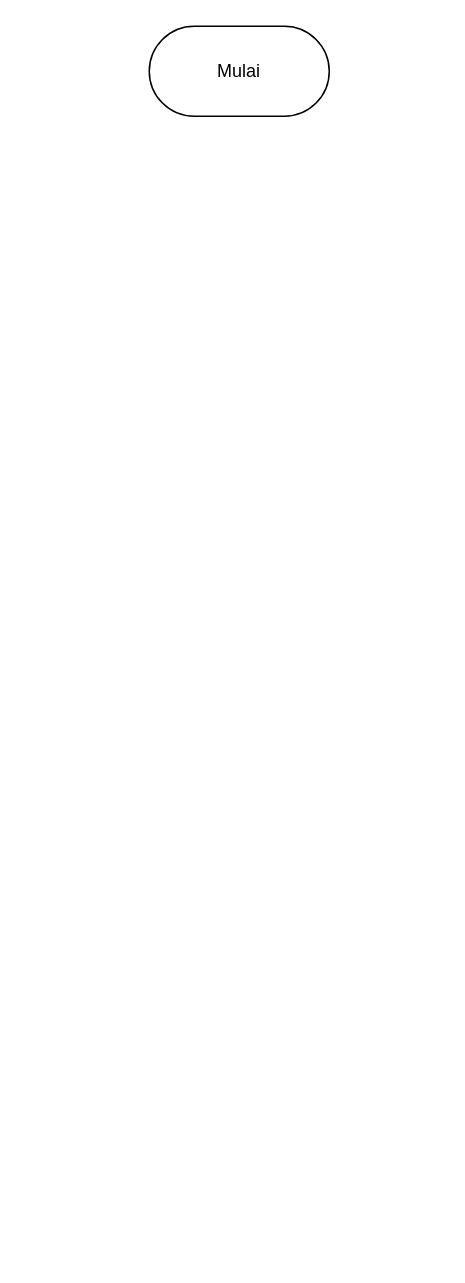
This is page "fc-BTD" (1 of 2) of sisfo-rt.drawio from Fakhrezy/sistem-atk-paljaya, a draw.io file, before an edit. Source tidied: cells renumbered, new cells numbered last; positions are measured from the earlier drawing's top-left corner, leaving out a move shared by most shapes. Both pictures are drawn from the tidied source at 150%, with x=0, y=0 at pixel (148, 26).
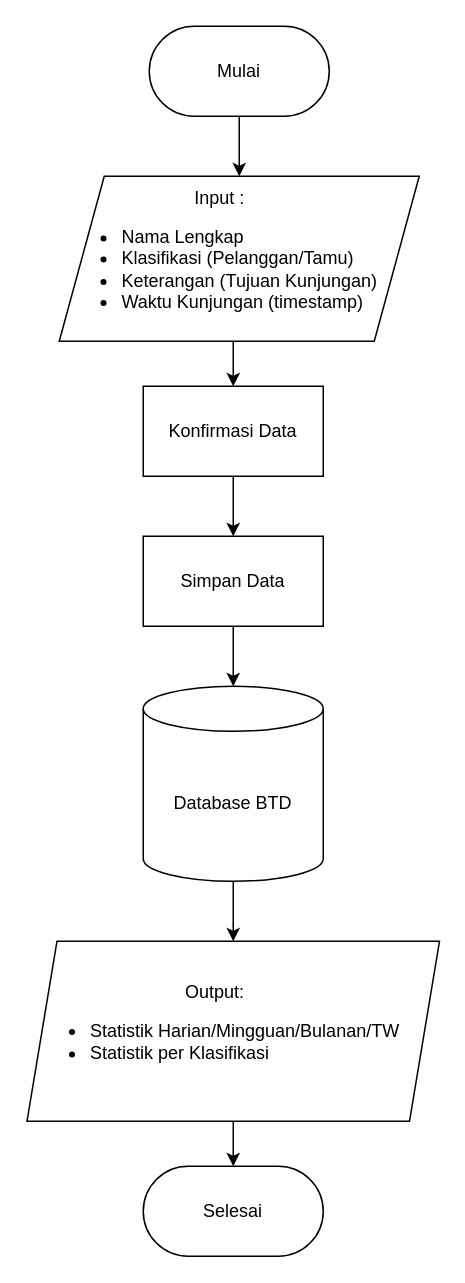
The same page after the edit.

The edit, as a diff of the source:
```diff
@@
 <mxGraphModel>
   <root>
     <mxCell id="0" />
     <mxCell id="1" parent="0" />
+    <mxCell id="3" style="edgeStyle=orthogonalEdgeStyle;rounded=0;jettySize=auto;html=1;exitX=0.5;exitY=1;exitDx=0;exitDy=0;entryX=0.5;entryY=0;entryDx=0;entryDy=0;" parent="1" edge="1" source="2" target="5">
+      <mxGeometry relative="1" as="geometry" />
+    </mxCell>
     <mxCell id="2" value="Mulai" style="rounded=1;whiteSpace=wrap;html=1;arcSize=50;" parent="1" vertex="1">
       <mxGeometry width="120" height="60" as="geometry" />
     </mxCell>
+    <mxCell id="4" style="edgeStyle=orthogonalEdgeStyle;rounded=0;jettySize=auto;html=1;exitX=0.5;exitY=1;exitDx=0;exitDy=0;entryX=0.5;entryY=0;entryDx=0;entryDy=0;" parent="1" edge="1" source="5" target="9">
+      <mxGeometry relative="1" as="geometry" />
+    </mxCell>
+    <mxCell id="5" value="&lt;div style=&quot;text-align: center;&quot;&gt;&lt;span style=&quot;background-color: transparent; color: light-dark(rgb(0, 0, 0), rgb(255, 255, 255));&quot;&gt;Input :&lt;/span&gt;&lt;/div&gt;&lt;div&gt;&lt;ul&gt;&lt;li&gt;Nama Lengkap&lt;/li&gt;&lt;li&gt;Klasifikasi (Pelanggan/Tamu)&lt;/li&gt;&lt;li&gt;Keterangan (Tujuan Kunjungan)&lt;/li&gt;&lt;li&gt;Waktu Kunjungan (timestamp)&lt;/li&gt;&lt;/ul&gt;&lt;/div&gt;" style="shape=parallelogram;perimeter=parallelogramPerimeter;whiteSpace=wrap;html=1;fixedSize=1;align=left;size=30;" parent="1" vertex="1">
+      <mxGeometry x="-60" y="100" width="240" height="110" as="geometry" />
+    </mxCell>
+    <mxCell id="6" style="edgeStyle=orthogonalEdgeStyle;rounded=0;jettySize=auto;html=1;exitX=0.5;exitY=1;exitDx=0;exitDy=0;exitPerimeter=0;entryX=0.5;entryY=0;entryDx=0;entryDy=0;" parent="1" edge="1" source="7" target="12">
+      <mxGeometry relative="1" as="geometry" />
+    </mxCell>
+    <mxCell id="7" value="Database BTD" style="shape=cylinder3;whiteSpace=wrap;html=1;boundedLbl=1;backgroundOutline=1;size=15;" parent="1" vertex="1">
+      <mxGeometry x="-4" y="440" width="120" height="130" as="geometry" />
+    </mxCell>
+    <mxCell id="8" style="edgeStyle=orthogonalEdgeStyle;rounded=0;jettySize=auto;html=1;exitX=0.5;exitY=1;exitDx=0;exitDy=0;entryX=0.5;entryY=0;entryDx=0;entryDy=0;" parent="1" edge="1" source="9" target="10">
+      <mxGeometry relative="1" as="geometry" />
+    </mxCell>
+    <mxCell id="9" value="Konfirmasi Data" style="rounded=0;whiteSpace=wrap;html=1;" parent="1" vertex="1">
+      <mxGeometry x="-4" y="240" width="120" height="60" as="geometry" />
+    </mxCell>
+    <mxCell id="10" value="Simpan Data" style="rounded=0;whiteSpace=wrap;html=1;" parent="1" vertex="1">
+      <mxGeometry x="-4" y="340" width="120" height="60" as="geometry" />
+    </mxCell>
+    <mxCell id="11" style="edgeStyle=orthogonalEdgeStyle;rounded=0;jettySize=auto;html=1;exitX=0.5;exitY=1;exitDx=0;exitDy=0;entryX=0.5;entryY=0;entryDx=0;entryDy=0;" parent="1" edge="1" source="12" target="13">
+      <mxGeometry relative="1" as="geometry" />
+    </mxCell>
+    <mxCell id="12" value="&lt;div style=&quot;text-align: center;&quot;&gt;&lt;span style=&quot;background-color: transparent; color: light-dark(rgb(0, 0, 0), rgb(255, 255, 255));&quot;&gt;Output:&lt;/span&gt;&lt;/div&gt;&lt;div&gt;&lt;ul&gt;&lt;li&gt;Statistik Harian/Mingguan/Bulanan/TW&lt;/li&gt;&lt;li&gt;Statistik per Klasifikasi&lt;/li&gt;&lt;/ul&gt;&lt;/div&gt;" style="shape=parallelogram;perimeter=parallelogramPerimeter;whiteSpace=wrap;html=1;fixedSize=1;align=left;" parent="1" vertex="1">
+      <mxGeometry x="-81.5" y="610" width="275" height="120" as="geometry" />
+    </mxCell>
+    <mxCell id="13" value="Selesai" style="rounded=1;whiteSpace=wrap;html=1;arcSize=50;" parent="1" vertex="1">
+      <mxGeometry x="-4" y="760" width="120" height="60" as="geometry" />
+    </mxCell>
+    <mxCell id="14" style="edgeStyle=orthogonalEdgeStyle;rounded=0;jettySize=auto;html=1;exitX=0.5;exitY=1;exitDx=0;exitDy=0;entryX=0.5;entryY=0;entryDx=0;entryDy=0;entryPerimeter=0;" parent="1" edge="1" source="10" target="7">
+      <mxGeometry relative="1" as="geometry" />
+    </mxCell>
   </root>
 </mxGraphModel>
```
